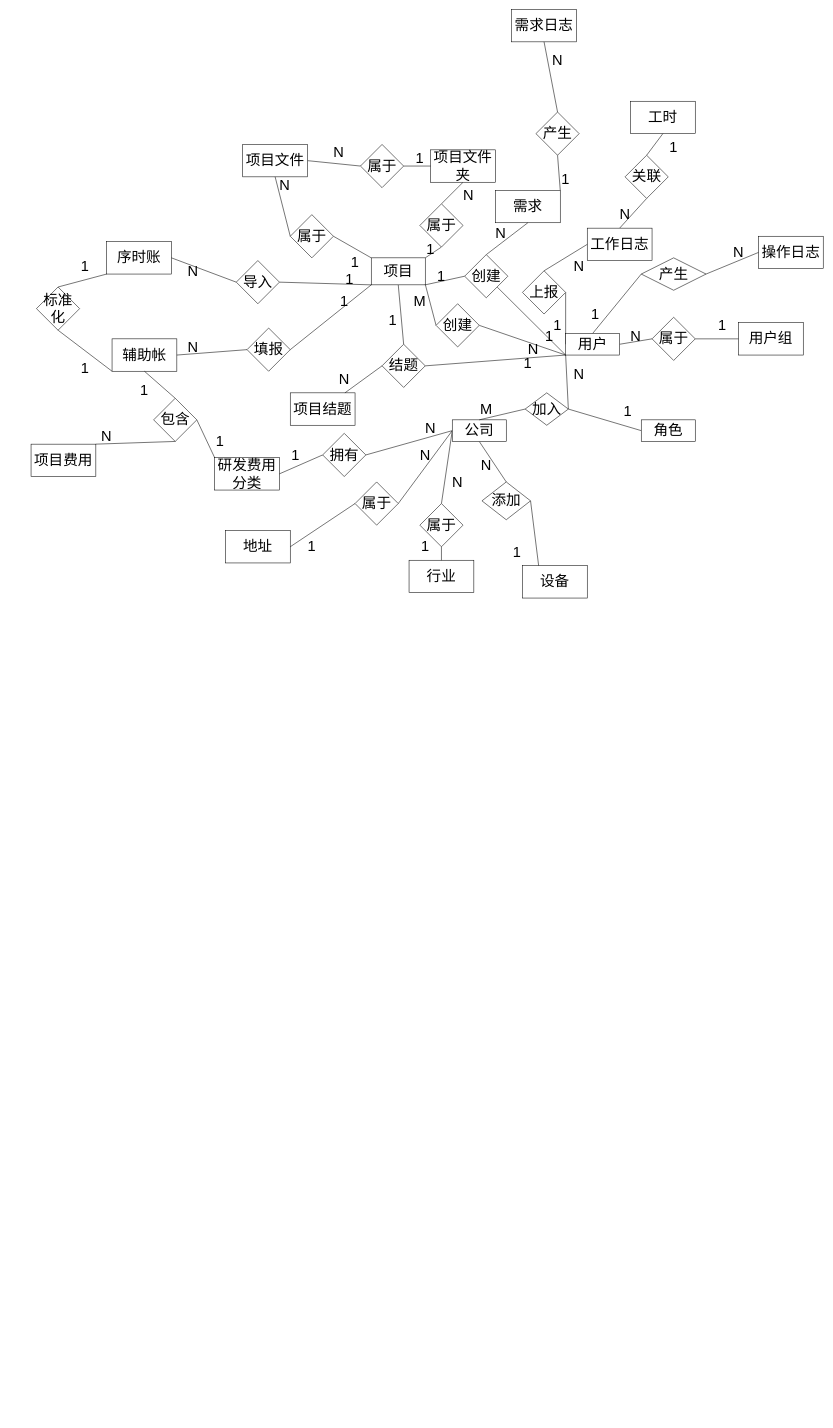
xiaoguokf/draw.io keeps this draw.io diagram as 毕设/项目管理系统ER图.drawio. Above is the earlier version. Source tidied: cells renumbered, new cells numbered last; positions are measured from the earlier drawing's top-left corner, leaving out a move shared by most shapes. Both pictures are drawn from the tidied source at 54%, with x=0, y=0 at pixel (31, 9).
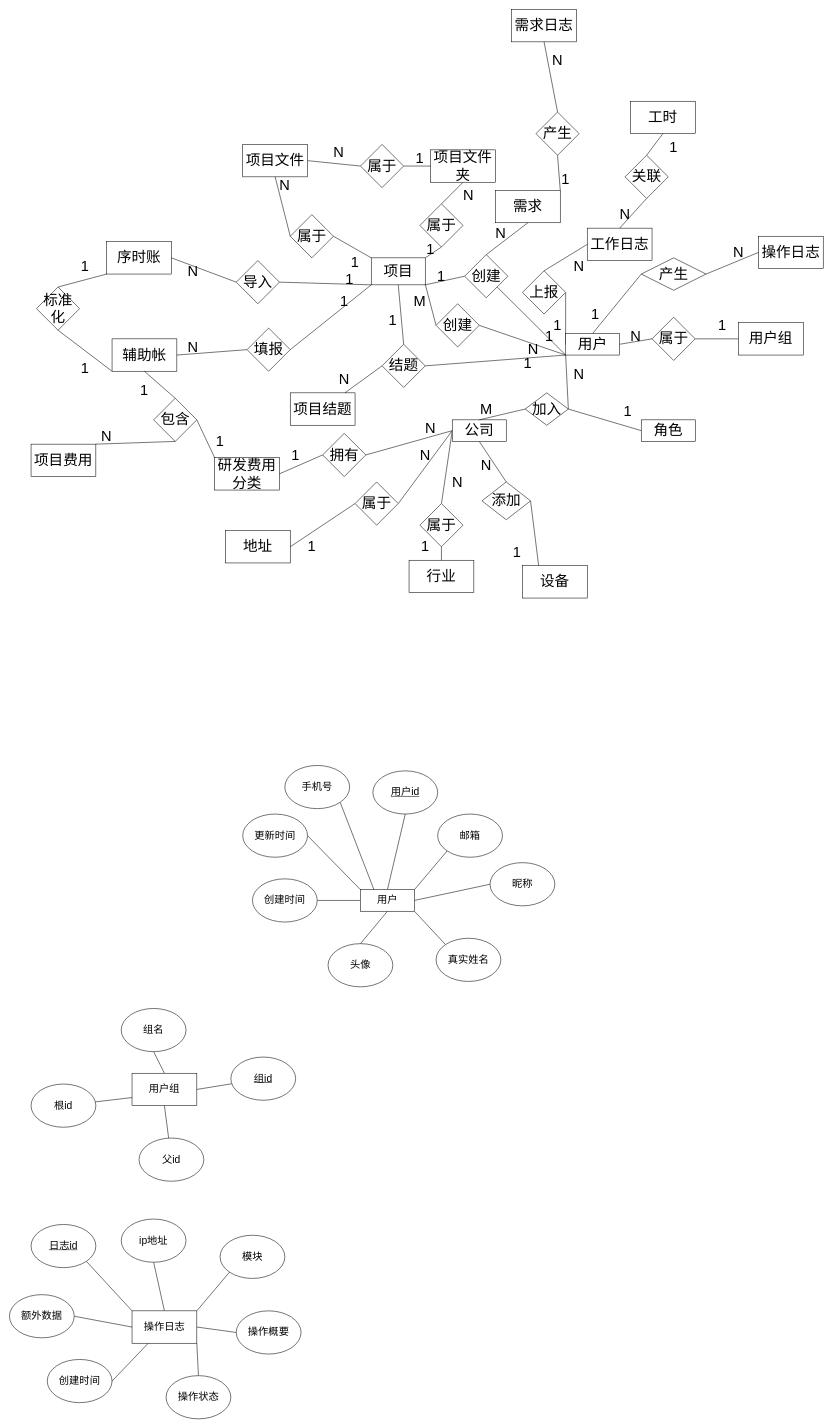
The same page after the edit.

Commit message (it also covers changes not shown here):
更新项目管理系统ER图.drawio

Diff of the diagram source:
```diff
@@
+    <mxCell id="131" style="rounded=0;jettySize=auto;html=1;exitX=0.5;exitY=0;exitDx=0;exitDy=0;entryX=0.5;entryY=1;entryDx=0;entryDy=0;endArrow=none;endFill=0;fontSize=19;" parent="1" edge="1" source="139" target="141">
+      <mxGeometry relative="1" as="geometry" />
+    </mxCell>
+    <mxCell id="132" style="rounded=0;jettySize=auto;html=1;exitX=1;exitY=0;exitDx=0;exitDy=0;entryX=0;entryY=1;entryDx=0;entryDy=0;endArrow=none;endFill=0;fontSize=19;" parent="1" edge="1" source="139" target="140">
+      <mxGeometry relative="1" as="geometry" />
+    </mxCell>
+    <mxCell id="133" style="rounded=0;jettySize=auto;html=1;exitX=1;exitY=0.5;exitDx=0;exitDy=0;entryX=0;entryY=0.5;entryDx=0;entryDy=0;endArrow=none;endFill=0;fontSize=19;" parent="1" edge="1" source="139" target="142">
+      <mxGeometry relative="1" as="geometry" />
+    </mxCell>
+    <mxCell id="134" style="rounded=0;jettySize=auto;html=1;exitX=1;exitY=1;exitDx=0;exitDy=0;entryX=0;entryY=0;entryDx=0;entryDy=0;endArrow=none;endFill=0;fontSize=19;" parent="1" edge="1" source="139" target="143">
+      <mxGeometry relative="1" as="geometry" />
+    </mxCell>
+    <mxCell id="135" style="rounded=0;jettySize=auto;html=1;exitX=0.5;exitY=1;exitDx=0;exitDy=0;entryX=0.5;entryY=0;entryDx=0;entryDy=0;endArrow=none;endFill=0;fontSize=19;" parent="1" edge="1" source="139" target="144">
+      <mxGeometry relative="1" as="geometry" />
+    </mxCell>
+    <mxCell id="136" style="rounded=0;jettySize=auto;html=1;exitX=0;exitY=0.5;exitDx=0;exitDy=0;entryX=1;entryY=0.5;entryDx=0;entryDy=0;endArrow=none;endFill=0;fontSize=19;" parent="1" edge="1" source="139" target="145">
+      <mxGeometry relative="1" as="geometry" />
+    </mxCell>
+    <mxCell id="137" style="rounded=0;jettySize=auto;html=1;exitX=0;exitY=0;exitDx=0;exitDy=0;entryX=1;entryY=0.5;entryDx=0;entryDy=0;endArrow=none;endFill=0;fontSize=19;" parent="1" edge="1" source="139" target="146">
+      <mxGeometry relative="1" as="geometry" />
+    </mxCell>
+    <mxCell id="138" style="rounded=0;jettySize=auto;html=1;exitX=0.25;exitY=0;exitDx=0;exitDy=0;entryX=1;entryY=1;entryDx=0;entryDy=0;fontSize=19;endArrow=none;endFill=0;" parent="1" edge="1" source="139" target="147">
+      <mxGeometry relative="1" as="geometry" />
+    </mxCell>
+    <mxCell id="139" value="用户" style="whiteSpace=wrap;html=1;align=center;fontSize=19;" parent="1" vertex="1">
+      <mxGeometry x="610" y="1630" width="100" height="40" as="geometry" />
+    </mxCell>
+    <mxCell id="140" value="邮箱" style="ellipse;whiteSpace=wrap;html=1;fontSize=19;" parent="1" vertex="1">
+      <mxGeometry x="753" y="1490" width="120" height="80" as="geometry" />
+    </mxCell>
+    <mxCell id="141" value="&lt;u style=&quot;font-size: 19px;&quot;&gt;用户id&lt;/u&gt;" style="ellipse;whiteSpace=wrap;html=1;fontSize=19;" parent="1" vertex="1">
+      <mxGeometry x="633" y="1410" width="120" height="80" as="geometry" />
+    </mxCell>
+    <mxCell id="142" value="昵称" style="ellipse;whiteSpace=wrap;html=1;fontSize=19;" parent="1" vertex="1">
+      <mxGeometry x="850" y="1580" width="120" height="80" as="geometry" />
+    </mxCell>
+    <mxCell id="143" value="真实姓名" style="ellipse;whiteSpace=wrap;html=1;fontSize=19;" parent="1" vertex="1">
+      <mxGeometry x="750" y="1720" width="120" height="80" as="geometry" />
+    </mxCell>
+    <mxCell id="144" value="头像" style="ellipse;whiteSpace=wrap;html=1;fontSize=19;" parent="1" vertex="1">
+      <mxGeometry x="550" y="1730" width="120" height="80" as="geometry" />
+    </mxCell>
+    <mxCell id="145" value="创建时间" style="ellipse;whiteSpace=wrap;html=1;fontSize=19;" parent="1" vertex="1">
+      <mxGeometry x="410" y="1610" width="120" height="80" as="geometry" />
+    </mxCell>
+    <mxCell id="146" value="更新时间" style="ellipse;whiteSpace=wrap;html=1;fontSize=19;" parent="1" vertex="1">
+      <mxGeometry x="392" y="1490" width="120" height="80" as="geometry" />
+    </mxCell>
+    <mxCell id="147" value="手机号" style="ellipse;whiteSpace=wrap;html=1;fontSize=19;" parent="1" vertex="1">
+      <mxGeometry x="470" y="1400" width="120" height="80" as="geometry" />
+    </mxCell>
+    <mxCell id="148" style="rounded=0;jettySize=auto;html=1;exitX=0;exitY=0.75;exitDx=0;exitDy=0;endArrow=none;endFill=0;fontSize=19;" parent="1" edge="1" source="152" target="156">
+      <mxGeometry relative="1" as="geometry" />
+    </mxCell>
+    <mxCell id="149" style="rounded=0;jettySize=auto;html=1;exitX=0.5;exitY=0;exitDx=0;exitDy=0;entryX=0.5;entryY=1;entryDx=0;entryDy=0;endArrow=none;endFill=0;fontSize=19;" parent="1" edge="1" source="152" target="153">
+      <mxGeometry relative="1" as="geometry" />
+    </mxCell>
+    <mxCell id="150" style="rounded=0;jettySize=auto;html=1;exitX=1;exitY=0.5;exitDx=0;exitDy=0;endArrow=none;endFill=0;fontSize=19;" parent="1" edge="1" source="152" target="154">
+      <mxGeometry relative="1" as="geometry" />
+    </mxCell>
+    <mxCell id="151" style="rounded=0;jettySize=auto;html=1;exitX=0.5;exitY=1;exitDx=0;exitDy=0;endArrow=none;endFill=0;fontSize=19;" parent="1" edge="1" source="152" target="155">
+      <mxGeometry relative="1" as="geometry" />
+    </mxCell>
+    <mxCell id="152" value="用户组" style="rounded=0;whiteSpace=wrap;html=1;fontSize=19;" parent="1" vertex="1">
+      <mxGeometry x="187" y="1970" width="120" height="60" as="geometry" />
+    </mxCell>
+    <mxCell id="153" value="组名" style="ellipse;whiteSpace=wrap;html=1;fontSize=19;" parent="1" vertex="1">
+      <mxGeometry x="167" y="1850" width="120" height="80" as="geometry" />
+    </mxCell>
+    <mxCell id="154" value="组id" style="ellipse;whiteSpace=wrap;html=1;fontSize=19;fontStyle=4;" parent="1" vertex="1">
+      <mxGeometry x="370" y="1940" width="120" height="80" as="geometry" />
+    </mxCell>
+    <mxCell id="155" value="父id" style="ellipse;whiteSpace=wrap;html=1;fontSize=19;" parent="1" vertex="1">
+      <mxGeometry x="200" y="2090" width="120" height="80" as="geometry" />
+    </mxCell>
+    <mxCell id="156" value="根id" style="ellipse;whiteSpace=wrap;html=1;fontSize=19;" parent="1" vertex="1">
+      <mxGeometry y="1990" width="120" height="80" as="geometry" />
+    </mxCell>
+    <mxCell id="157" style="rounded=0;jettySize=auto;html=1;exitX=0;exitY=0.5;exitDx=0;exitDy=0;entryX=1;entryY=0.5;entryDx=0;entryDy=0;endArrow=none;endFill=0;fontSize=19;" parent="1" edge="1" source="164" target="170">
+      <mxGeometry relative="1" as="geometry" />
+    </mxCell>
+    <mxCell id="158" style="rounded=0;jettySize=auto;html=1;exitX=0.5;exitY=0;exitDx=0;exitDy=0;entryX=0.5;entryY=1;entryDx=0;entryDy=0;endArrow=none;endFill=0;fontSize=19;" parent="1" edge="1" source="164" target="167">
+      <mxGeometry relative="1" as="geometry" />
+    </mxCell>
+    <mxCell id="159" style="rounded=0;jettySize=auto;html=1;exitX=1;exitY=0.5;exitDx=0;exitDy=0;entryX=0;entryY=0.5;entryDx=0;entryDy=0;endArrow=none;endFill=0;fontSize=19;" parent="1" edge="1" source="164" target="166">
+      <mxGeometry relative="1" as="geometry" />
+    </mxCell>
+    <mxCell id="160" style="rounded=0;jettySize=auto;html=1;exitX=1;exitY=0;exitDx=0;exitDy=0;entryX=0;entryY=1;entryDx=0;entryDy=0;endArrow=none;endFill=0;fontSize=19;" parent="1" edge="1" source="164" target="165">
+      <mxGeometry relative="1" as="geometry" />
+    </mxCell>
+    <mxCell id="161" style="rounded=0;jettySize=auto;html=1;exitX=1;exitY=1;exitDx=0;exitDy=0;entryX=0.5;entryY=0;entryDx=0;entryDy=0;endArrow=none;endFill=0;fontSize=19;" parent="1" edge="1" source="164" target="168">
+      <mxGeometry relative="1" as="geometry" />
+    </mxCell>
+    <mxCell id="162" style="rounded=0;jettySize=auto;html=1;exitX=0.25;exitY=1;exitDx=0;exitDy=0;entryX=1;entryY=0.5;entryDx=0;entryDy=0;endArrow=none;endFill=0;fontSize=19;" parent="1" edge="1" source="164" target="169">
+      <mxGeometry relative="1" as="geometry" />
+    </mxCell>
+    <mxCell id="163" style="rounded=0;jettySize=auto;html=1;exitX=0;exitY=0;exitDx=0;exitDy=0;entryX=1;entryY=1;entryDx=0;entryDy=0;endArrow=none;endFill=0;" parent="1" edge="1" source="164" target="171">
+      <mxGeometry relative="1" as="geometry" />
+    </mxCell>
+    <mxCell id="164" value="操作日志" style="rounded=0;whiteSpace=wrap;html=1;fontSize=19;" parent="1" vertex="1">
+      <mxGeometry x="187" y="2410" width="120" height="60" as="geometry" />
+    </mxCell>
+    <mxCell id="165" value="模块" style="ellipse;whiteSpace=wrap;html=1;fontSize=19;" parent="1" vertex="1">
+      <mxGeometry x="350" y="2270" width="120" height="80" as="geometry" />
+    </mxCell>
+    <mxCell id="166" value="操作概要" style="ellipse;whiteSpace=wrap;html=1;fontSize=19;" parent="1" vertex="1">
+      <mxGeometry x="380" y="2410" width="120" height="80" as="geometry" />
+    </mxCell>
+    <mxCell id="167" value="ip地址" style="ellipse;whiteSpace=wrap;html=1;fontSize=19;" parent="1" vertex="1">
+      <mxGeometry x="167" y="2240" width="120" height="80" as="geometry" />
+    </mxCell>
+    <mxCell id="168" value="操作状态" style="ellipse;whiteSpace=wrap;html=1;fontSize=19;" parent="1" vertex="1">
+      <mxGeometry x="250" y="2530" width="120" height="80" as="geometry" />
+    </mxCell>
+    <mxCell id="169" value="创建时间" style="ellipse;whiteSpace=wrap;html=1;fontSize=19;" parent="1" vertex="1">
+      <mxGeometry x="30" y="2500" width="120" height="80" as="geometry" />
+    </mxCell>
+    <mxCell id="170" value="额外数据" style="ellipse;whiteSpace=wrap;html=1;fontSize=19;" parent="1" vertex="1">
+      <mxGeometry x="-40" y="2380" width="120" height="80" as="geometry" />
+    </mxCell>
+    <mxCell id="171" value="日志id" style="ellipse;whiteSpace=wrap;html=1;fontSize=19;fontStyle=4;" parent="1" vertex="1">
+      <mxGeometry y="2250" width="120" height="80" as="geometry" />
+    </mxCell>
```
